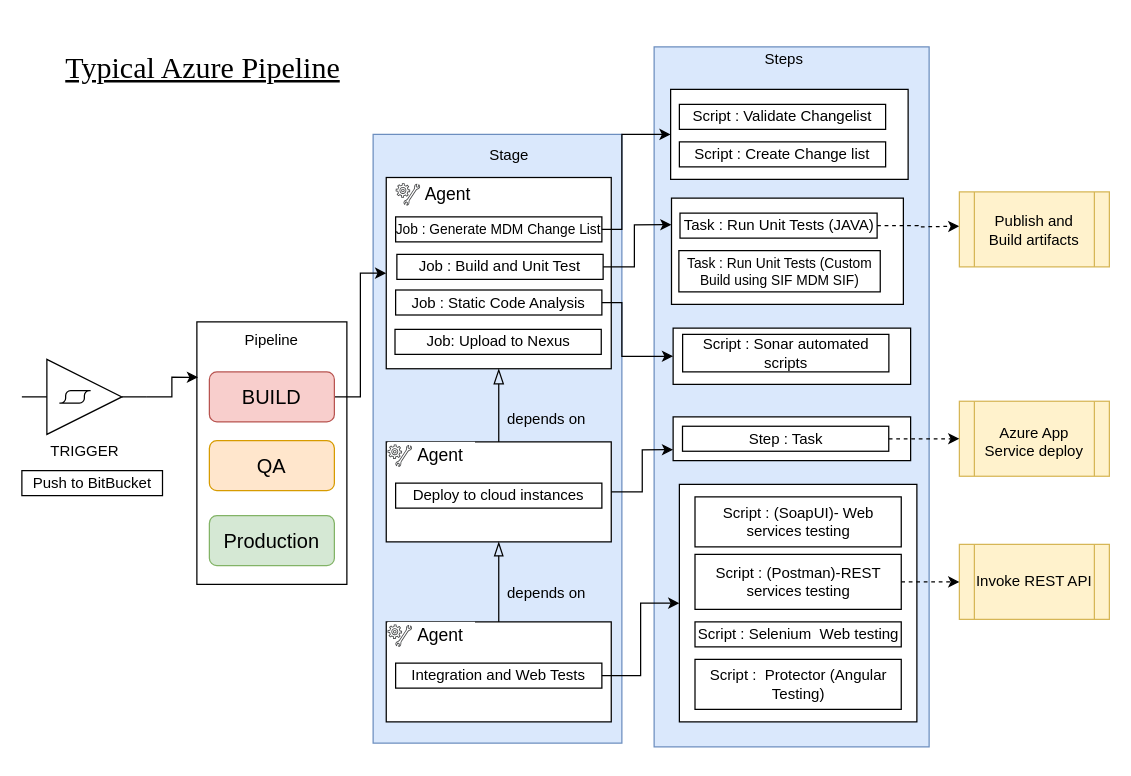
Earlier version of the draw.io diagram page "Azure-MDM-Pipeline" (1 of 2) of EMA-RFP.drawio (biswarup81/drawings). Source tidied: cells renumbered, new cells numbered last; positions are measured from the earlier drawing's top-left corner, leaving out a move shared by most shapes. Both pictures are drawn from the tidied source at 125%, with x=0, y=0 at pixel (21, 21).
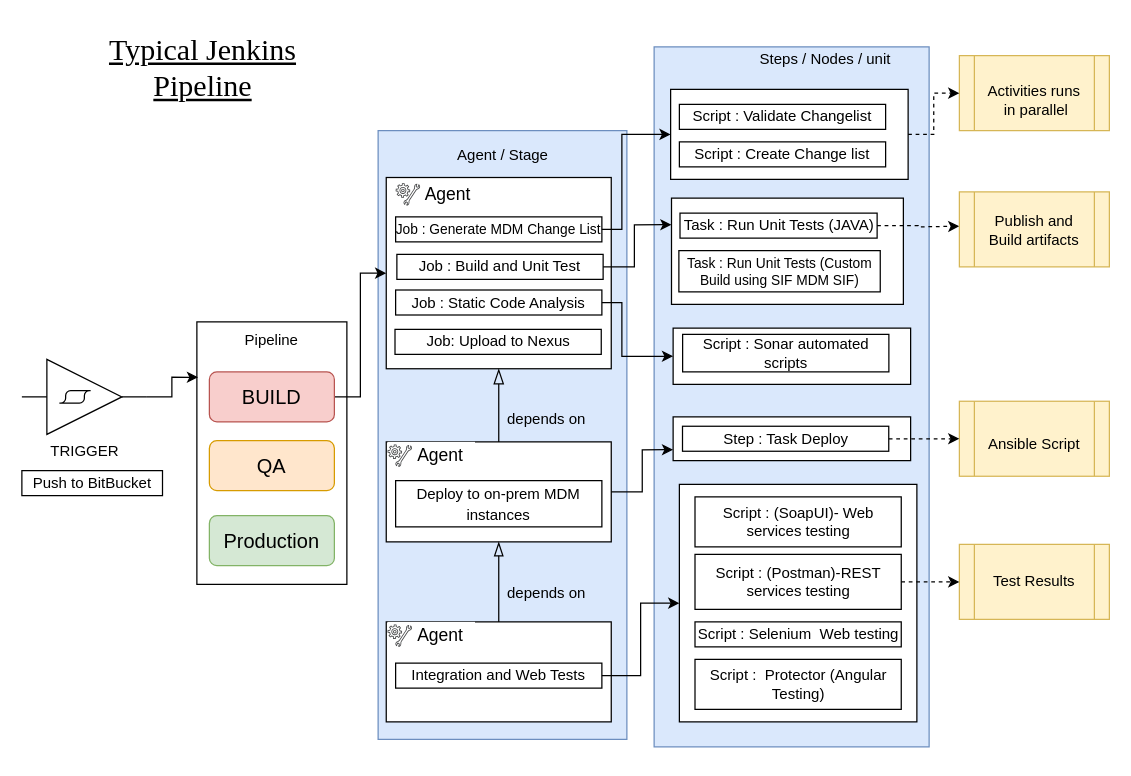
The same diagram, later.

Unchanged cells that the change refers to:
```xml
<mxCell id="21" style="group;" parent="1" vertex="1">
  <mxGeometry x="291.5" y="336" width="180" height="80" as="geometry" />
</mxCell>
<mxCell id="43" style="group;" parent="1" vertex="1">
  <mxGeometry x="515.8" width="210" height="580" as="geometry" />
</mxCell>
<mxCell id="45" style="rounded=0;whiteSpace=wrap;html=1;labelBackgroundColor=#ffffff;fontSize=14;" parent="43" vertex="1">
  <mxGeometry x="3.2" y="54" width="190" height="72" as="geometry" />
</mxCell>
<mxCell id="62" style="group;" parent="43" vertex="1">
  <mxGeometry x="5.2" y="316" width="190" height="35" as="geometry" />
</mxCell>
```

Diff of the diagram source:
```diff
@@
     <mxCell id="2" style="rounded=0;whiteSpace=wrap;html=1;labelBackgroundColor=#ffffff;fontSize=12;fillColor=#dae8fc;align=left;strokeColor=#6c8ebf;" parent="1" vertex="1">
-      <mxGeometry x="281" y="90" width="199" height="487" as="geometry" />
+      <mxGeometry x="285" y="87" width="199" height="487" as="geometry" />
     </mxCell>
@@
-    <mxCell id="23" value="&lt;p class=&quot;MsoNormal&quot; align=&quot;center&quot; style=&quot;margin: 0cm ; line-height: 12.3pt ; font-size: 9pt ; font-family: &amp;#34;arial&amp;#34; , sans-serif&quot;&gt;&lt;span lang=&quot;EN-US&quot;&gt;Deploy to cloud instances&lt;/span&gt;&lt;/p&gt;" style="rounded=0;whiteSpace=wrap;html=1;fontSize=12;spacing=0;" parent="21" vertex="1">
-      <mxGeometry x="7.5" y="33" width="165" height="20" as="geometry" />
+    <mxCell id="23" value="&lt;p class=&quot;MsoNormal&quot; align=&quot;center&quot; style=&quot;margin: 0cm ; line-height: 12.3pt ; font-size: 9pt ; font-family: &amp;#34;arial&amp;#34; , sans-serif&quot;&gt;&lt;span lang=&quot;EN-US&quot;&gt;Deploy to on-prem MDM instances&lt;/span&gt;&lt;/p&gt;" style="rounded=0;whiteSpace=wrap;html=1;fontSize=12;spacing=0;" parent="21" vertex="1">
+      <mxGeometry x="7.5" y="31" width="165" height="37" as="geometry" />
     </mxCell>
@@
-    <mxCell id="46" value="Steps" style="text;html=1;strokeColor=none;fillColor=none;align=center;verticalAlign=middle;whiteSpace=wrap;rounded=0;" parent="43" vertex="1">
-      <mxGeometry x="64.2" y="20" width="60" height="20" as="geometry" />
+    <mxCell id="46" value="Steps / Nodes / unit" style="text;html=1;strokeColor=none;fillColor=none;align=center;verticalAlign=middle;whiteSpace=wrap;rounded=0;" parent="43" vertex="1">
+      <mxGeometry x="64.2" y="20" width="125.8" height="20" as="geometry" />
     </mxCell>
@@
-    <mxCell id="64" value="&lt;span lang=&quot;EN-US&quot; style=&quot;font-size: 12px ; font-family: &amp;#34;arial&amp;#34; , sans-serif&quot;&gt;Step : Task&lt;/span&gt;&lt;span style=&quot;font-size: 12px&quot;&gt;&lt;/span&gt;" style="rounded=0;whiteSpace=wrap;html=1;fontSize=12;spacing=0;" parent="62" vertex="1">
+    <mxCell id="64" value="&lt;span lang=&quot;EN-US&quot; style=&quot;font-size: 12px ; font-family: &amp;#34;arial&amp;#34; , sans-serif&quot;&gt;Step : Task Deploy&lt;/span&gt;&lt;span style=&quot;font-size: 12px&quot;&gt;&lt;/span&gt;" style="rounded=0;whiteSpace=wrap;html=1;fontSize=12;spacing=0;" parent="62" vertex="1">
       <mxGeometry x="7.5" y="7.5" width="165" height="20" as="geometry" />
     </mxCell>
@@
-    <mxCell id="75" value="Azure App Service deploy" style="text;html=1;strokeColor=none;fillColor=none;align=center;verticalAlign=middle;whiteSpace=wrap;rounded=0;" parent="1" vertex="1">
-      <mxGeometry x="760" y="312" width="100" height="47" as="geometry" />
+    <mxCell id="75" value="Ansible Script" style="text;html=1;strokeColor=none;fillColor=none;align=center;verticalAlign=middle;whiteSpace=wrap;rounded=0;" parent="1" vertex="1">
+      <mxGeometry x="760" y="317" width="100" height="42" as="geometry" />
     </mxCell>
-    <mxCell id="76" value="Invoke REST API" style="text;html=1;strokeColor=none;fillColor=none;align=center;verticalAlign=middle;whiteSpace=wrap;rounded=0;" parent="1" vertex="1">
+    <mxCell id="76" value="Test Results" style="text;html=1;strokeColor=none;fillColor=none;align=center;verticalAlign=middle;whiteSpace=wrap;rounded=0;" parent="1" vertex="1">
       <mxGeometry x="760" y="424.5" width="100" height="47" as="geometry" />
     </mxCell>
@@
-    <mxCell id="79" value="Stage" style="text;html=1;strokeColor=none;fillColor=none;align=center;verticalAlign=middle;whiteSpace=wrap;rounded=0;" parent="1" vertex="1">
-      <mxGeometry x="360" y="97" width="60" height="20" as="geometry" />
+    <mxCell id="79" value="Agent / Stage" style="text;html=1;strokeColor=none;fillColor=none;align=center;verticalAlign=middle;whiteSpace=wrap;rounded=0;" parent="1" vertex="1">
+      <mxGeometry x="329.5" y="97" width="110" height="20" as="geometry" />
     </mxCell>
-    <mxCell id="80" value="&lt;u&gt;Typical Azure Pipeline&lt;/u&gt;" style="text;html=1;strokeColor=none;fillColor=none;align=center;verticalAlign=middle;whiteSpace=wrap;rounded=0;labelBackgroundColor=#ffffff;fontSize=24;fontFamily=Times New Roman;" parent="1" vertex="1">
+    <mxCell id="80" value="&lt;u&gt;Typical Jenkins Pipeline&lt;/u&gt;" style="text;html=1;strokeColor=none;fillColor=none;align=center;verticalAlign=middle;whiteSpace=wrap;rounded=0;labelBackgroundColor=#ffffff;fontSize=24;fontFamily=Times New Roman;" parent="1" vertex="1">
       <mxGeometry x="30" y="27" width="230" height="20" as="geometry" />
     </mxCell>
+    <mxCell id="81" style="shape=process;whiteSpace=wrap;html=1;backgroundOutline=1;labelBackgroundColor=#ffffff;fontSize=12;align=left;fillColor=#fff2cc;strokeColor=#d6b656;" parent="1" vertex="1">
+      <mxGeometry x="750" y="27" width="120" height="60" as="geometry" />
+    </mxCell>
+    <mxCell id="82" style="edgeStyle=orthogonalEdgeStyle;rounded=0;jettySize=auto;html=1;entryX=0;entryY=0.5;entryDx=0;entryDy=0;dashed=1;fontFamily=Garamond;fontSize=12;endArrow=classic;endFill=1;endSize=6;strokeWidth=1;" parent="1" edge="1" source="45" target="81">
+      <mxGeometry relative="1" as="geometry" />
+    </mxCell>
+    <mxCell id="83" value="Activities runs &amp;nbsp;in parallel" style="text;html=1;strokeColor=none;fillColor=none;align=center;verticalAlign=middle;whiteSpace=wrap;rounded=0;" parent="1" vertex="1">
+      <mxGeometry x="770" y="53" width="80" height="20" as="geometry" />
+    </mxCell>
```
